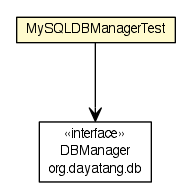
The Graphviz diagram testapidocs/org/dayatang/db/mysql/MySQLDBManagerTest.png in dayatang/dddlib, before a commit. Its source is kept beside it as testapidocs/org/dayatang/db/mysql/MySQLDBManagerTest.dot. Source of this version:
```dot

digraph G {
	edge [fontname="Helvetica",fontsize=10,labelfontname="Helvetica",labelfontsize=10];
	node [fontname="Helvetica",fontsize=10,shape=plaintext];
	nodesep=0.25;
	ranksep=0.5;
	c32771 [label=<<table title="org.dayatang.db.mysql.MySQLDBManagerTest" border="0" cellborder="1" cellspacing="0" cellpadding="2" port="p" bgcolor="lemonChiffon" href="./MySQLDBManagerTest.html">
		<tr><td><table border="0" cellspacing="0" cellpadding="1">
<tr><td align="center" balign="center"> MySQLDBManagerTest </td></tr>
		</table></td></tr>
		</table>>, URL="./MySQLDBManagerTest.html", fontname="Helvetica", fontcolor="black", fontsize=10.0];
	c32771:p -> c32864:p [taillabel="", label=" "headlabel="", fontname="Helvetica", fontcolor="black", fontsize=10.0, color="black", arrowhead=open];
	c32864 [label=<<table title="org.dayatang.db.DBManager" border="0" cellborder="1" cellspacing="0" cellpadding="2" port="p" href="http://java.sun.com/j2se/1.4.2/docs/api/org/dayatang/db/DBManager.html">
		<tr><td><table border="0" cellspacing="0" cellpadding="1">
<tr><td align="center" balign="center"> &#171;interface&#187; </td></tr>
<tr><td align="center" balign="center"> DBManager </td></tr>
<tr><td align="center" balign="center"> org.dayatang.db </td></tr>
		</table></td></tr>
		</table>>, URL="http://java.sun.com/j2se/1.4.2/docs/api/org/dayatang/db/DBManager.html", fontname="Helvetica", fontcolor="black", fontsize=10.0];
}
```
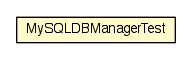
The same file after the commit.

The edit, as a diff of the source:
```diff
@@ -4,17 +4,9 @@
 	node [fontname="Helvetica",fontsize=10,shape=plaintext];
 	nodesep=0.25;
 	ranksep=0.5;
-	c32771 [label=<<table title="org.dayatang.db.mysql.MySQLDBManagerTest" border="0" cellborder="1" cellspacing="0" cellpadding="2" port="p" bgcolor="lemonChiffon" href="./MySQLDBManagerTest.html">
+	c32438 [label=<<table title="org.dayatang.db.mysql.MySQLDBManagerTest" border="0" cellborder="1" cellspacing="0" cellpadding="2" port="p" bgcolor="lemonChiffon" href="./MySQLDBManagerTest.html">
 		<tr><td><table border="0" cellspacing="0" cellpadding="1">
 <tr><td align="center" balign="center"> MySQLDBManagerTest </td></tr>
 		</table></td></tr>
 		</table>>, URL="./MySQLDBManagerTest.html", fontname="Helvetica", fontcolor="black", fontsize=10.0];
-	c32771:p -> c32864:p [taillabel="", label=" "headlabel="", fontname="Helvetica", fontcolor="black", fontsize=10.0, color="black", arrowhead=open];
-	c32864 [label=<<table title="org.dayatang.db.DBManager" border="0" cellborder="1" cellspacing="0" cellpadding="2" port="p" href="http://java.sun.com/j2se/1.4.2/docs/api/org/dayatang/db/DBManager.html">
-		<tr><td><table border="0" cellspacing="0" cellpadding="1">
-<tr><td align="center" balign="center"> &#171;interface&#187; </td></tr>
-<tr><td align="center" balign="center"> DBManager </td></tr>
-<tr><td align="center" balign="center"> org.dayatang.db </td></tr>
-		</table></td></tr>
-		</table>>, URL="http://java.sun.com/j2se/1.4.2/docs/api/org/dayatang/db/DBManager.html", fontname="Helvetica", fontcolor="black", fontsize=10.0];
 }
```
